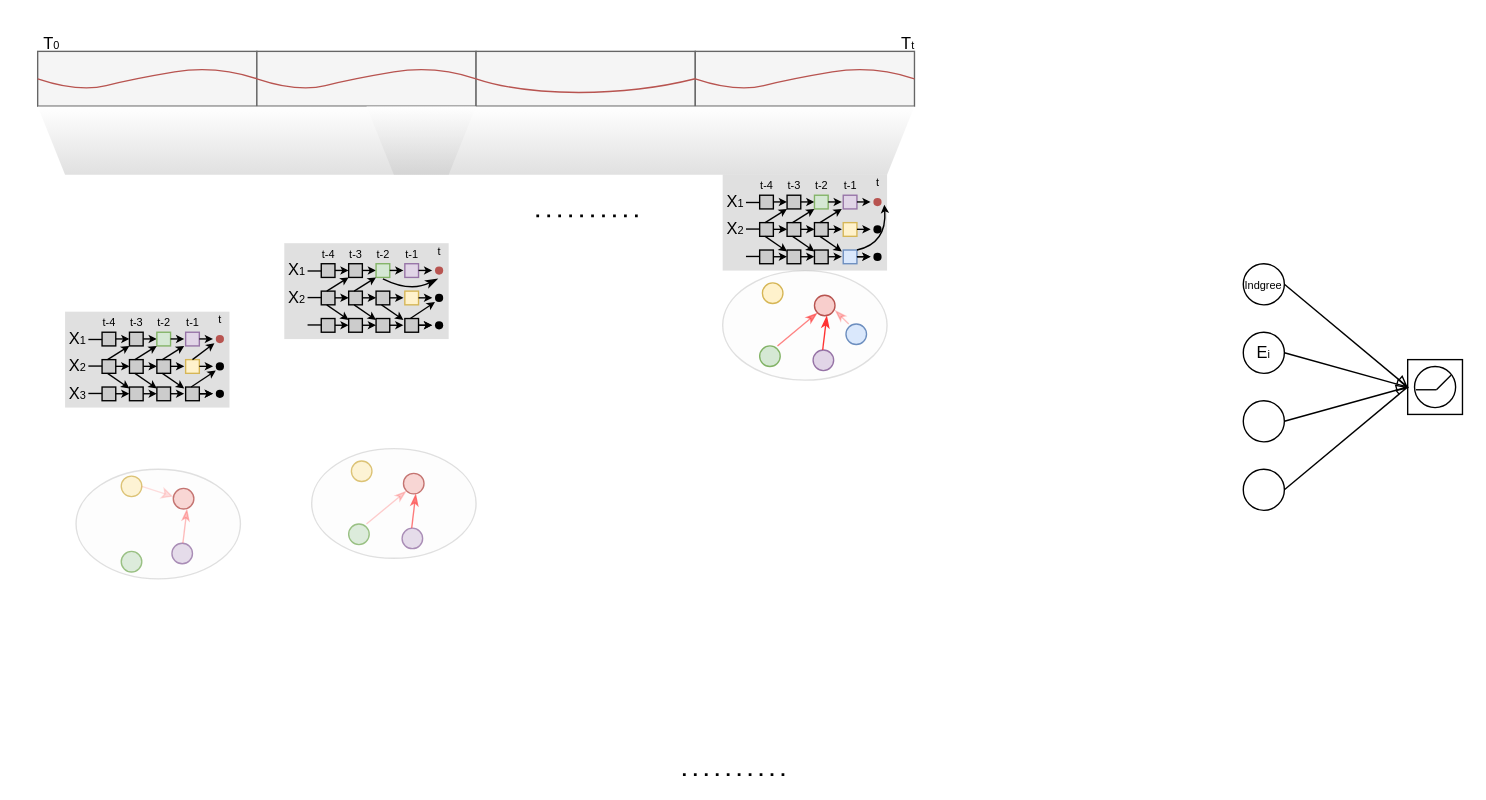
The draw.io diagram Causal.drawio in hzb29/hzb29, before the edit. Source tidied: cells renumbered, new cells numbered last; positions are measured from the earlier drawing's top-left corner, leaving out a move shared by most shapes. Both pictures are drawn from the tidied source at 137%, with x=0, y=0 at pixel (23, 23).
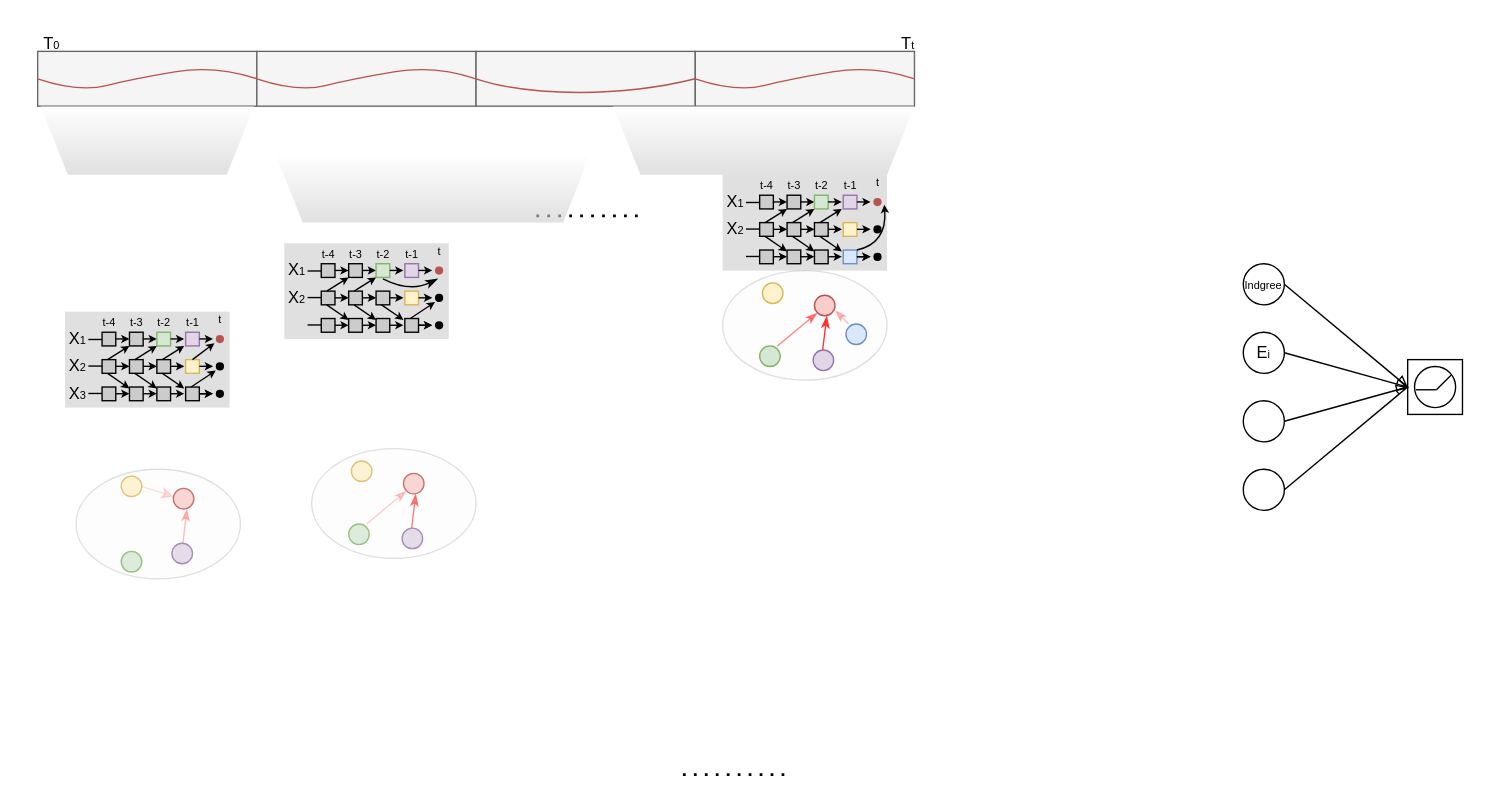
Above is the later version.

Change to the diagram source:
```diff
@@
     <mxCell id="192" style="shape=trapezoid;perimeter=trapezoidPerimeter;whiteSpace=wrap;html=1;fixedSize=1;rotation=-180;size=20;gradientColor=#CCCCCC;strokeColor=none;gradientDirection=north;fixDash=0;comic=0;linecap=square;linejoin=arcs;rounded=0;opacity=60;" parent="1" vertex="1">
-      <mxGeometry x="10" y="60" width="320" height="50" as="geometry" />
+      <mxGeometry x="183.5" y="95" width="230" height="50" as="geometry" />
     </mxCell>
     <mxCell id="193" style="shape=trapezoid;perimeter=trapezoidPerimeter;whiteSpace=wrap;html=1;fixedSize=1;rotation=-180;size=20;gradientColor=#CCCCCC;strokeColor=none;gradientDirection=north;fixDash=0;comic=0;linecap=square;linejoin=arcs;rounded=0;opacity=60;" parent="1" vertex="1">
-      <mxGeometry x="250" y="60" width="400" height="50" as="geometry" />
+      <mxGeometry x="430" y="60" width="220" height="50" as="geometry" />
     </mxCell>
+    <mxCell id="194" style="shape=trapezoid;perimeter=trapezoidPerimeter;whiteSpace=wrap;html=1;fixedSize=1;rotation=-180;size=20;gradientColor=#CCCCCC;strokeColor=none;gradientDirection=north;fixDash=0;comic=0;linecap=square;linejoin=arcs;rounded=0;opacity=60;" parent="1" vertex="1">
+      <mxGeometry x="12" y="60" width="156" height="50" as="geometry" />
+    </mxCell>
```
